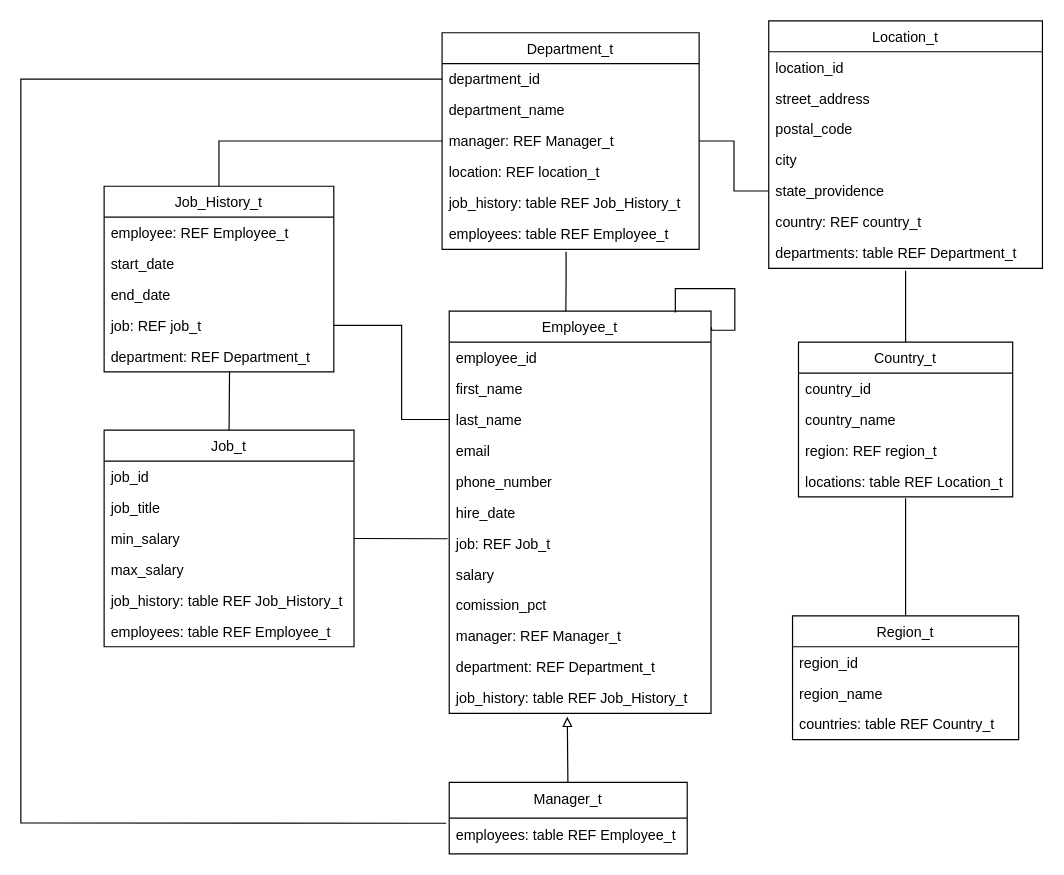
Before: dataModel.drawio in Hugo7gomes/FEUP_TBD, a draw.io diagram. Source tidied: cells renumbered, new cells numbered last; positions are measured from the earlier drawing's top-left corner, leaving out a move shared by most shapes. Both pictures are drawn from the tidied source at 119%, with x=0, y=0 at pixel (20, 20).
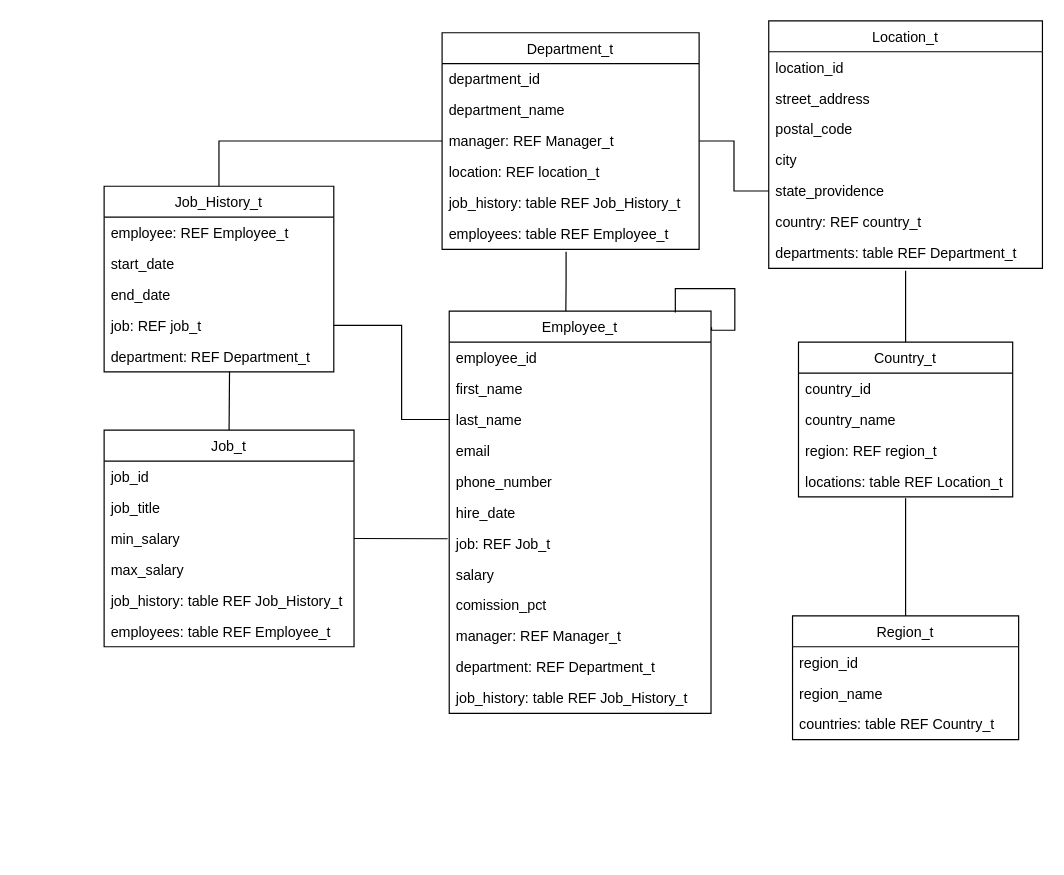
Above is the later version.

Commit message (it also covers changes not shown here):
Added the final report and fixed a error in UML

Unchanged cells that the change refers to:
```xml
<mxCell id="20" value="department_id" style="text;align=left;verticalAlign=top;spacingLeft=4;spacingRight=4;overflow=hidden;points=[[0,0.5],[1,0.5]];portConstraint=eastwest;" parent="19" vertex="1">
  <mxGeometry y="26" width="216" height="26" as="geometry" />
</mxCell>
<mxCell id="52" value="job_history: table REF Job_History_t" style="text;align=left;verticalAlign=top;spacingLeft=4;spacingRight=4;overflow=hidden;points=[[0,0.5],[1,0.5]];portConstraint=eastwest;rounded=0;shadow=0;html=0;" parent="40" vertex="1">
  <mxGeometry y="312" width="220" height="26" as="geometry" />
</mxCell>
```

Diff of the diagram source:
```diff
@@
-    <mxCell id="61" style="endArrow=block;html=1;rounded=0;endFill=0;entryX=0.451;entryY=1.11;entryDx=0;entryDy=0;entryPerimeter=0;" parent="1" edge="1" source="62" target="52">
-      <mxGeometry relative="1" as="geometry" />
-    </mxCell>
-    <mxCell id="62" value="Manager_t" style="swimlane;fontStyle=0;horizontal=1;startSize=30;whiteSpace=wrap;html=1;" parent="1" vertex="1">
-      <mxGeometry x="360" y="640" width="200" height="60" as="geometry" />
-    </mxCell>
-    <mxCell id="63" value="&lt;span style=&quot;text-wrap: nowrap;&quot;&gt;employees: table REF Employee_t&lt;/span&gt;" style="text;strokeColor=none;fillColor=none;align=left;verticalAlign=middle;spacingLeft=4;spacingRight=4;overflow=hidden;points=[[0,0.5],[1,0.5]];portConstraint=eastwest;whiteSpace=wrap;html=1;" parent="62" vertex="1">
-      <mxGeometry y="30" width="200" height="30" as="geometry" />
-    </mxCell>
-    <mxCell id="64" style="endArrow=none;html=1;rounded=0;entryX=0;entryY=0.5;entryDx=0;entryDy=0;exitX=-0.013;exitY=0.144;exitDx=0;exitDy=0;exitPerimeter=0;" parent="1" edge="1" source="63" target="20">
-      <mxGeometry relative="1" as="geometry">
-        <Array as="points">
-          <mxPoint y="674" />
-          <mxPoint y="49" />
-        </Array>
-      </mxGeometry>
-    </mxCell>
```
